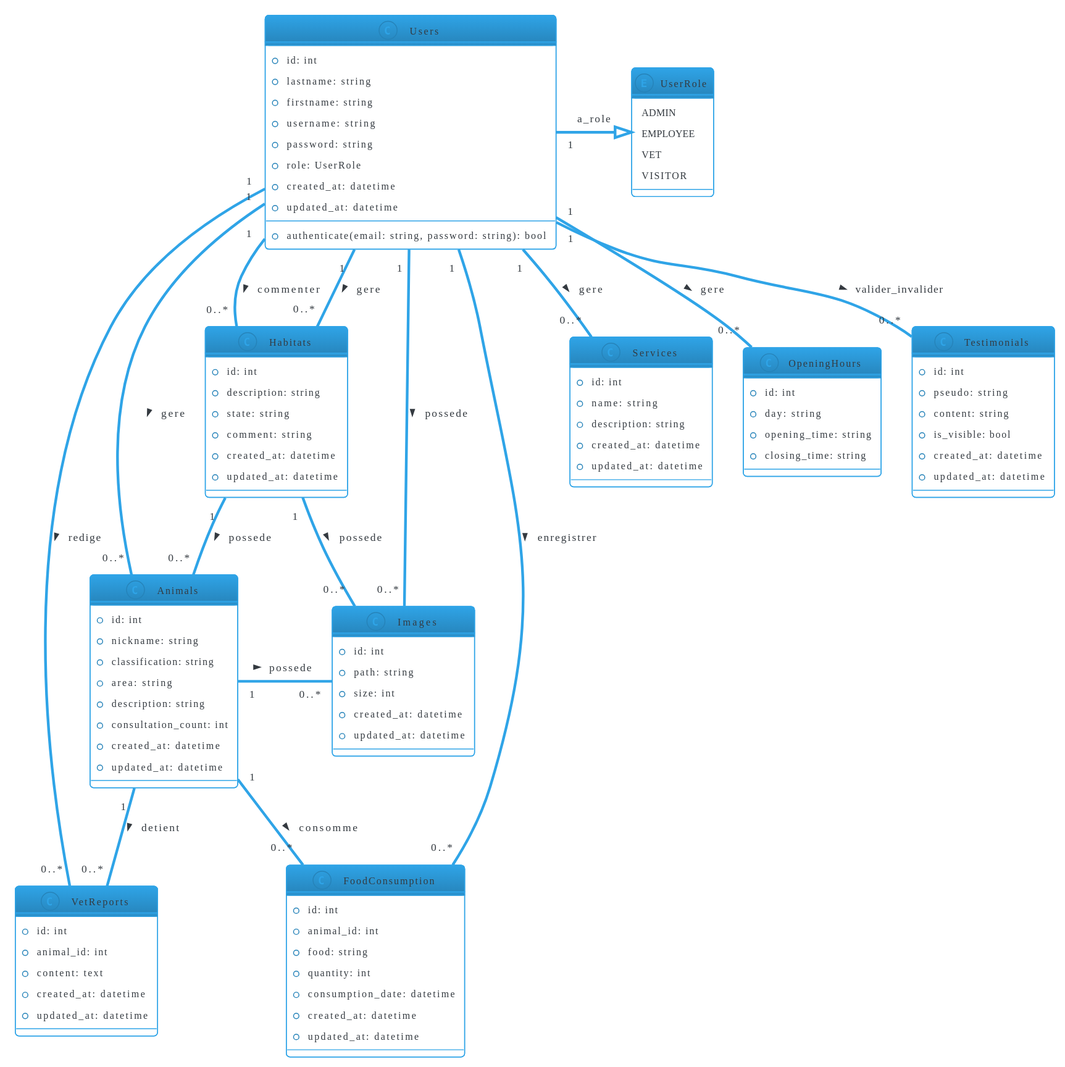
This is docs/diagrammes/diagramClass.svg from gahette/arcadia, a PlantUML export, as it was before one commit. The source it was exported from:
```plantuml
@startuml
!theme cerulean-outline
skinparam backgroundColor #FFFFFF

class Users {
    +id: int
    +lastname: string
    +firstname: string
    +username: string
    +password: string
    +role: UserRole
    +created_at: datetime
    +updated_at: datetime
    +authenticate(email: string, password: string): bool
}

enum UserRole {
    ADMIN
    EMPLOYEE
    VET
    VISITOR
}

class Services {
    +id: int
    +name: string
    +description: string
    +created_at: datetime
    +updated_at: datetime
}

class OpeningHours {
    +id: int
    +day: string
    +opening_time: string
    +closing_time: string
}

class Habitats {
    +id: int
    +description: string
    +state: string
    +comment: string
    +created_at: datetime
    +updated_at: datetime
}

class Animals {
    +id: int
    +nickname: string
    +classification: string
    +area: string
    +description: string
    +consultation_count: int
    +created_at: datetime
    +updated_at: datetime
}

class Testimonials {
    +id: int
    +pseudo: string
    +content: string
    +is_visible: bool
    +created_at: datetime
    +updated_at: datetime
}

class Images {
    +id: int
    +path: string
    +size: int
    +created_at: datetime
    +updated_at: datetime
}

class VetReports {
    +id: int
    +animal_id: int
    +content: text
    +created_at: datetime
    +updated_at: datetime
}

class FoodConsumption {
    +id: int
    +animal_id: int
    +food: string
    +quantity: int
    +consumption_date: datetime
    +created_at: datetime
    +updated_at: datetime
}

Users "1" -|> UserRole : a_role
Habitats "1" -- "0..*" Animals : > possede
Users "1" -- "0..*" VetReports : > redige
Animals "1" -- "0..*" VetReports : > detient
Habitats "1" -- "0..*" Images : > possede
Animals "1" - "0..*" Images : > possede
Users "1" -- "0..*" Images : > possede
Users "1" -- "0..*" Services : > gere
Users "1" -- "0..*" OpeningHours : > gere
Users "1" -- "0..*" Habitats : > gere
Users "1" -- "0..*" Animals : > gere
Users "1" -- "0..*" Testimonials : > valider_invalider
Animals "1" -- "0..*" FoodConsumption : > consomme
Users "1" -- "0..*" FoodConsumption : > enregistrer
Users "1" -- "0..*" Habitats : > commenter
@enduml
```
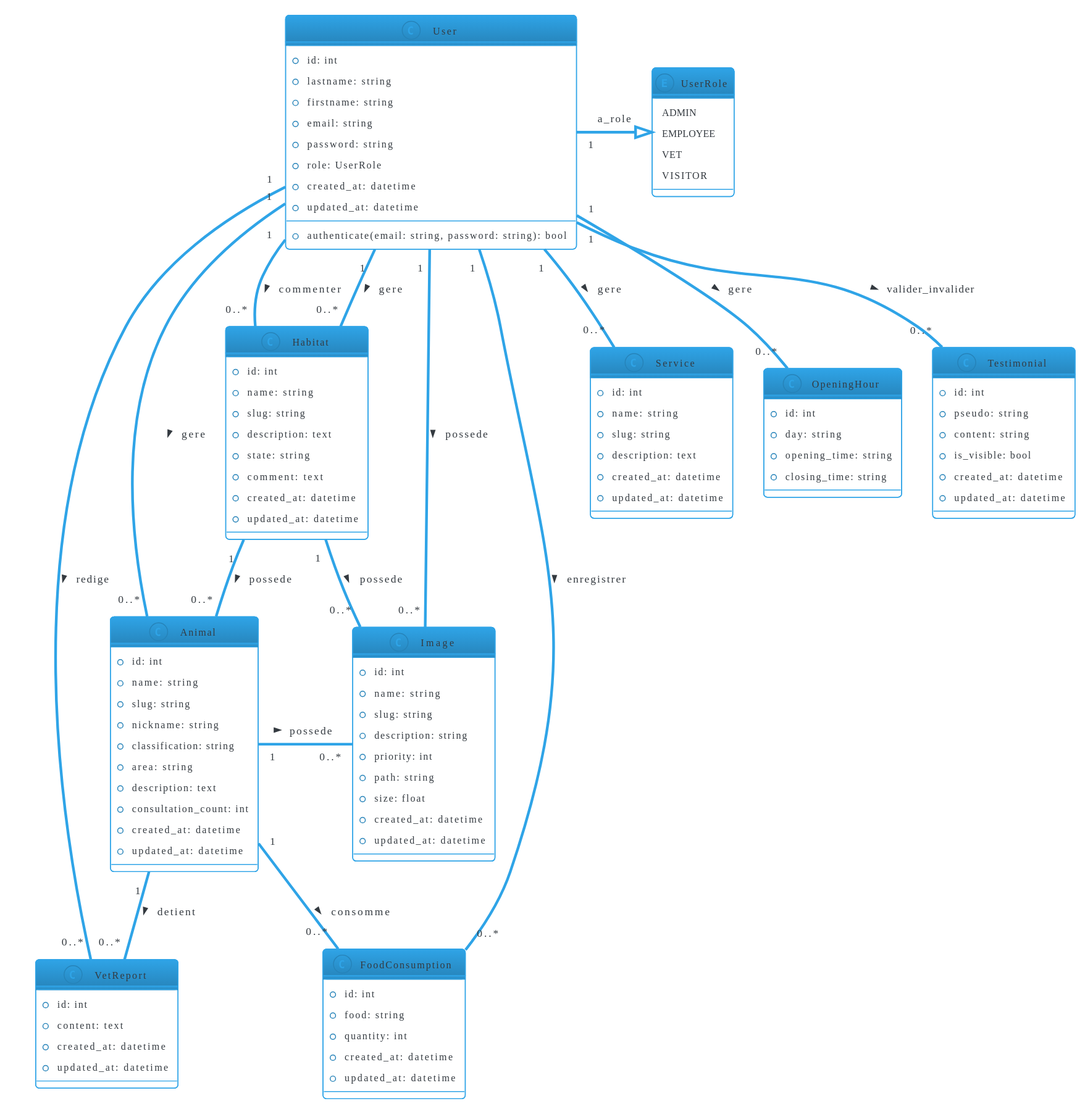
The same file after the commit.

Change to the diagram source:
```diff
@@ -2,11 +2,11 @@
 !theme cerulean-outline
 skinparam backgroundColor #FFFFFF
 
-class Users {
+class User {
     +id: int
     +lastname: string
     +firstname: string
-    +username: string
+    +email: string
     +password: string
     +role: UserRole
     +created_at: datetime
@@ -21,42 +21,47 @@
     VISITOR
 }
 
-class Services {
+class Service {
     +id: int
     +name: string
-    +description: string
+    +slug: string
+    +description: text
     +created_at: datetime
     +updated_at: datetime
 }
 
-class OpeningHours {
+class OpeningHour {
     +id: int
     +day: string
     +opening_time: string
     +closing_time: string
 }
 
-class Habitats {
+class Habitat {
     +id: int
-    +description: string
+    +name: string
+    +slug: string
+    +description: text
     +state: string
-    +comment: string
+    +comment: text
     +created_at: datetime
     +updated_at: datetime
 }
 
-class Animals {
+class Animal {
     +id: int
+    +name: string
+    +slug: string
     +nickname: string
     +classification: string
     +area: string
-    +description: string
+    +description: text
     +consultation_count: int
     +created_at: datetime
     +updated_at: datetime
 }
 
-class Testimonials {
+class Testimonial {
     +id: int
     +pseudo: string
     +content: string
@@ -65,17 +70,20 @@
     +updated_at: datetime
 }
 
-class Images {
+class Image {
     +id: int
+    +name: string
+    +slug: string
+    +description: string
+    +priority: int
     +path: string
-    +size: int
+    +size: float
     +created_at: datetime
     +updated_at: datetime
 }
 
-class VetReports {
+class VetReport {
     +id: int
-    +animal_id: int
     +content: text
     +created_at: datetime
     +updated_at: datetime
@@ -83,27 +91,25 @@
 
 class FoodConsumption {
     +id: int
-    +animal_id: int
     +food: string
     +quantity: int
-    +consumption_date: datetime
     +created_at: datetime
     +updated_at: datetime
 }
 
-Users "1" -|> UserRole : a_role
-Habitats "1" -- "0..*" Animals : > possede
-Users "1" -- "0..*" VetReports : > redige
-Animals "1" -- "0..*" VetReports : > detient
-Habitats "1" -- "0..*" Images : > possede
-Animals "1" - "0..*" Images : > possede
-Users "1" -- "0..*" Images : > possede
-Users "1" -- "0..*" Services : > gere
-Users "1" -- "0..*" OpeningHours : > gere
-Users "1" -- "0..*" Habitats : > gere
-Users "1" -- "0..*" Animals : > gere
-Users "1" -- "0..*" Testimonials : > valider_invalider
-Animals "1" -- "0..*" FoodConsumption : > consomme
-Users "1" -- "0..*" FoodConsumption : > enregistrer
-Users "1" -- "0..*" Habitats : > commenter
+User "1" -|> UserRole : a_role
+Habitat "1" -- "0..*" Animal : > possede
+User "1" -- "0..*" VetReport : > redige
+Animal "1" -- "0..*" VetReport : > detient
+Habitat "1" -- "0..*" Image : > possede
+Animal "1" - "0..*" Image : > possede
+User "1" -- "0..*" Image : > possede
+User "1" -- "0..*" Service : > gere
+User "1" -- "0..*" OpeningHour : > gere
+User "1" -- "0..*" Habitat : > gere
+User "1" -- "0..*" Animal : > gere
+User "1" -- "0..*" Testimonial : > valider_invalider
+Animal "1" -- "0..*" FoodConsumption : > consomme
+User "1" -- "0..*" FoodConsumption : > enregistrer
+User "1" -- "0..*" Habitat : > commenter
 @enduml
```
